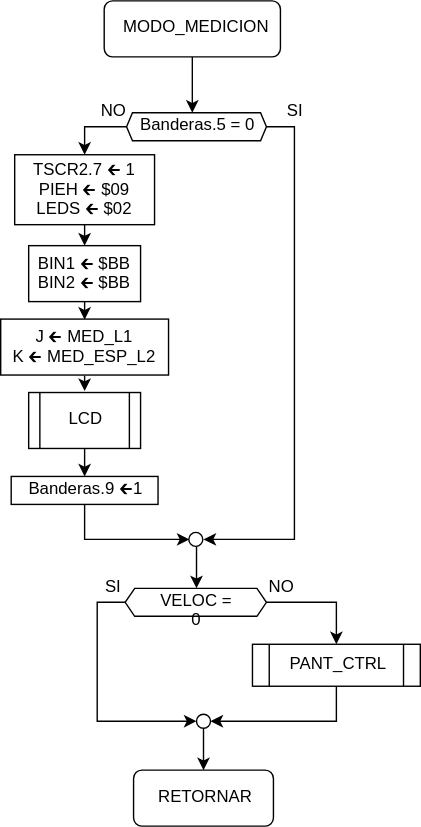
This is PROYECTO/diagrams_svg/MODO_MEDICION.svg from slealq/micros, a draw.io export, as it was before one commit. Source tidied: cells renumbered, new cells last; positions are measured from the earlier drawing's top-left corner, leaving out a move shared by most shapes. Source of this version:
```xml
<mxGraphModel>
  <root>
    <mxCell id="0" />
    <mxCell id="1" parent="0" />
    <mxCell id="2" style="edgeStyle=orthogonalEdgeStyle;rounded=0;jettySize=auto;html=1;exitX=0.5;exitY=1;exitDx=0;exitDy=0;entryX=0.47;entryY=0;entryDx=0;entryDy=0;entryPerimeter=0;" parent="1" edge="1" source="3" target="6">
      <mxGeometry relative="1" as="geometry" />
    </mxCell>
    <mxCell id="3" value="MODO_MEDICION" style="rounded=1;whiteSpace=wrap;html=1;" parent="1" vertex="1">
      <mxGeometry x="74" width="126" height="40" as="geometry" />
    </mxCell>
    <mxCell id="4" style="edgeStyle=orthogonalEdgeStyle;rounded=0;jettySize=auto;html=1;exitX=1;exitY=0.5;exitDx=0;exitDy=0;entryX=1;entryY=0.5;entryDx=0;entryDy=0;" parent="1" edge="1" source="6" target="8">
      <mxGeometry relative="1" as="geometry" />
    </mxCell>
    <mxCell id="5" style="edgeStyle=orthogonalEdgeStyle;rounded=0;jettySize=auto;html=1;exitX=0;exitY=0.5;exitDx=0;exitDy=0;" parent="1" edge="1" source="6" target="11">
      <mxGeometry relative="1" as="geometry" />
    </mxCell>
    <mxCell id="6" value="Banderas.5 = 0" style="shape=hexagon;perimeter=hexagonPerimeter2;whiteSpace=wrap;html=1;size=0.042068965517241284;" parent="1" vertex="1">
      <mxGeometry x="90" y="80" width="100" height="20" as="geometry" />
    </mxCell>
    <mxCell id="7" style="edgeStyle=orthogonalEdgeStyle;rounded=0;jettySize=auto;html=1;exitX=0.5;exitY=1;exitDx=0;exitDy=0;entryX=0.5;entryY=0;entryDx=0;entryDy=0;" parent="1" edge="1" source="8" target="17">
      <mxGeometry relative="1" as="geometry" />
    </mxCell>
    <mxCell id="8" style="ellipse;whiteSpace=wrap;align=center;html=1;" parent="1" vertex="1">
      <mxGeometry x="134.5" y="380" width="10" height="10" as="geometry" />
    </mxCell>
    <mxCell id="9" value="SI" style="text;strokeColor=none;fillColor=none;align=center;verticalAlign=middle;whiteSpace=wrap;rounded=0;html=1;" parent="1" vertex="1">
      <mxGeometry x="190" y="70" width="40" height="20" as="geometry" />
    </mxCell>
    <mxCell id="10" style="edgeStyle=orthogonalEdgeStyle;rounded=0;jettySize=auto;html=1;exitX=0.5;exitY=1;exitDx=0;exitDy=0;entryX=0.5;entryY=0;entryDx=0;entryDy=0;" parent="1" edge="1" source="11" target="26">
      <mxGeometry relative="1" as="geometry" />
    </mxCell>
    <mxCell id="11" value="TSCR2.7 🡰 1&#10;PIEH 🡰 $09&#10;LEDS 🡰 $02" style="rounded=0;" parent="1" vertex="1">
      <mxGeometry x="10" y="110" width="100" height="50" as="geometry" />
    </mxCell>
    <mxCell id="12" value="NO" style="text;strokeColor=none;fillColor=none;align=center;verticalAlign=middle;whiteSpace=wrap;rounded=0;html=1;" parent="1" vertex="1">
      <mxGeometry x="60" y="70" width="40" height="20" as="geometry" />
    </mxCell>
    <mxCell id="13" style="edgeStyle=orthogonalEdgeStyle;rounded=0;jettySize=auto;html=1;exitX=0.5;exitY=1;exitDx=0;exitDy=0;entryX=0.5;entryY=0;entryDx=0;entryDy=0;" parent="1" edge="1" source="14" target="30">
      <mxGeometry relative="1" as="geometry" />
    </mxCell>
    <mxCell id="14" value="LCD" style="shape=process;whiteSpace=wrap;html=1;backgroundOutline=1;" parent="1" vertex="1">
      <mxGeometry x="20" y="280" width="80" height="40" as="geometry" />
    </mxCell>
    <mxCell id="15" style="edgeStyle=orthogonalEdgeStyle;rounded=0;jettySize=auto;html=1;exitX=0;exitY=0.5;exitDx=0;exitDy=0;entryX=0;entryY=0.5;entryDx=0;entryDy=0;" parent="1" edge="1" source="17" target="19">
      <mxGeometry relative="1" as="geometry" />
    </mxCell>
    <mxCell id="16" style="edgeStyle=orthogonalEdgeStyle;rounded=0;jettySize=auto;html=1;exitX=1;exitY=0.5;exitDx=0;exitDy=0;entryX=0.5;entryY=0;entryDx=0;entryDy=0;" parent="1" edge="1" source="17" target="22">
      <mxGeometry relative="1" as="geometry" />
    </mxCell>
    <mxCell id="17" value="VELOC = 0" style="shape=hexagon;perimeter=hexagonPerimeter2;whiteSpace=wrap;html=1;size=0.067326732673268;" parent="1" vertex="1">
      <mxGeometry x="89" y="420" width="101" height="20" as="geometry" />
    </mxCell>
    <mxCell id="18" style="edgeStyle=orthogonalEdgeStyle;rounded=0;jettySize=auto;html=1;exitX=0.5;exitY=1;exitDx=0;exitDy=0;entryX=0.5;entryY=0;entryDx=0;entryDy=0;" parent="1" edge="1" source="19" target="23">
      <mxGeometry relative="1" as="geometry" />
    </mxCell>
    <mxCell id="19" style="ellipse;whiteSpace=wrap;align=center;html=1;" parent="1" vertex="1">
      <mxGeometry x="140" y="510" width="10" height="10" as="geometry" />
    </mxCell>
    <mxCell id="20" value="SI" style="text;strokeColor=none;fillColor=none;align=center;verticalAlign=middle;whiteSpace=wrap;rounded=0;html=1;" parent="1" vertex="1">
      <mxGeometry x="60" y="410" width="40" height="20" as="geometry" />
    </mxCell>
    <mxCell id="21" style="edgeStyle=orthogonalEdgeStyle;rounded=0;jettySize=auto;html=1;exitX=0.5;exitY=1;exitDx=0;exitDy=0;entryX=1;entryY=0.5;entryDx=0;entryDy=0;" parent="1" edge="1" source="22" target="19">
      <mxGeometry relative="1" as="geometry" />
    </mxCell>
    <mxCell id="22" value="PANT_CTRL" style="shape=process;whiteSpace=wrap;html=1;backgroundOutline=1;" parent="1" vertex="1">
      <mxGeometry x="180" y="460" width="120" height="30" as="geometry" />
    </mxCell>
    <mxCell id="23" value="RETORNAR" style="rounded=1;whiteSpace=wrap;html=1;" parent="1" vertex="1">
      <mxGeometry x="95" y="550" width="100" height="40" as="geometry" />
    </mxCell>
    <mxCell id="24" value="NO" style="text;strokeColor=none;fillColor=none;align=center;verticalAlign=middle;whiteSpace=wrap;rounded=0;html=1;" parent="1" vertex="1">
      <mxGeometry x="180" y="410" width="40" height="20" as="geometry" />
    </mxCell>
    <mxCell id="25" style="edgeStyle=orthogonalEdgeStyle;rounded=0;jettySize=auto;html=1;exitX=0.5;exitY=1;exitDx=0;exitDy=0;entryX=0.5;entryY=0;entryDx=0;entryDy=0;" parent="1" edge="1" source="26" target="28">
      <mxGeometry relative="1" as="geometry" />
    </mxCell>
    <mxCell id="26" value="BIN1 🡰 $BB&#10;BIN2 🡰 $BB" style="rounded=0;" parent="1" vertex="1">
      <mxGeometry x="20" y="175" width="80" height="40" as="geometry" />
    </mxCell>
    <mxCell id="27" style="edgeStyle=orthogonalEdgeStyle;rounded=0;jettySize=auto;html=1;exitX=0.5;exitY=1;exitDx=0;exitDy=0;entryX=0.5;entryY=-0.019;entryDx=0;entryDy=0;entryPerimeter=0;" parent="1" edge="1" source="28" target="14">
      <mxGeometry relative="1" as="geometry" />
    </mxCell>
    <mxCell id="28" value="J 🡰 MED_L1&#10;K 🡰 MED_ESP_L2" style="rounded=0;" parent="1" vertex="1">
      <mxGeometry y="227.5" width="120" height="40" as="geometry" />
    </mxCell>
    <mxCell id="29" style="edgeStyle=orthogonalEdgeStyle;rounded=0;jettySize=auto;html=1;exitX=0.5;exitY=1;exitDx=0;exitDy=0;entryX=0;entryY=0.5;entryDx=0;entryDy=0;" parent="1" edge="1" source="30" target="8">
      <mxGeometry relative="1" as="geometry" />
    </mxCell>
    <mxCell id="30" value="Banderas.9 🡰1" style="rounded=0;whiteSpace=wrap;html=1;" parent="1" vertex="1">
      <mxGeometry x="7.5" y="340" width="105" height="20" as="geometry" />
    </mxCell>
  </root>
</mxGraphModel>
```
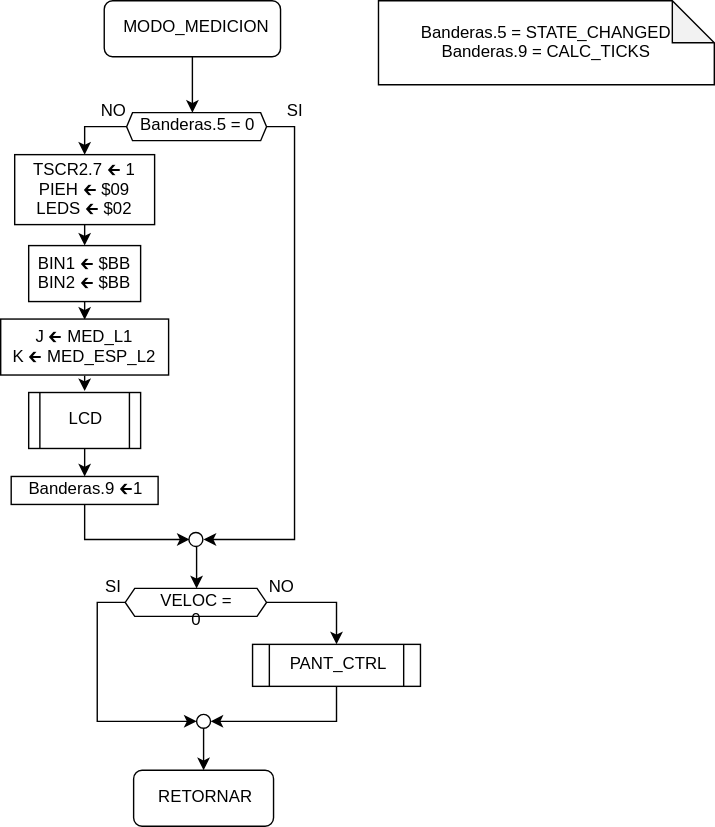
After the commit.

Diff of the diagram source:
```diff
@@ -89,5 +89,8 @@
     <mxCell id="30" value="Banderas.9 🡰1" style="rounded=0;whiteSpace=wrap;html=1;" parent="1" vertex="1">
       <mxGeometry x="7.5" y="340" width="105" height="20" as="geometry" />
     </mxCell>
+    <mxCell id="31" value="Banderas.5 = STATE_CHANGED&#10;Banderas.9 = CALC_TICKS" style="shape=note;backgroundOutline=1;darkOpacity=0.05;" parent="1" vertex="1">
+      <mxGeometry x="270" width="240" height="60" as="geometry" />
+    </mxCell>
   </root>
 </mxGraphModel>
```
